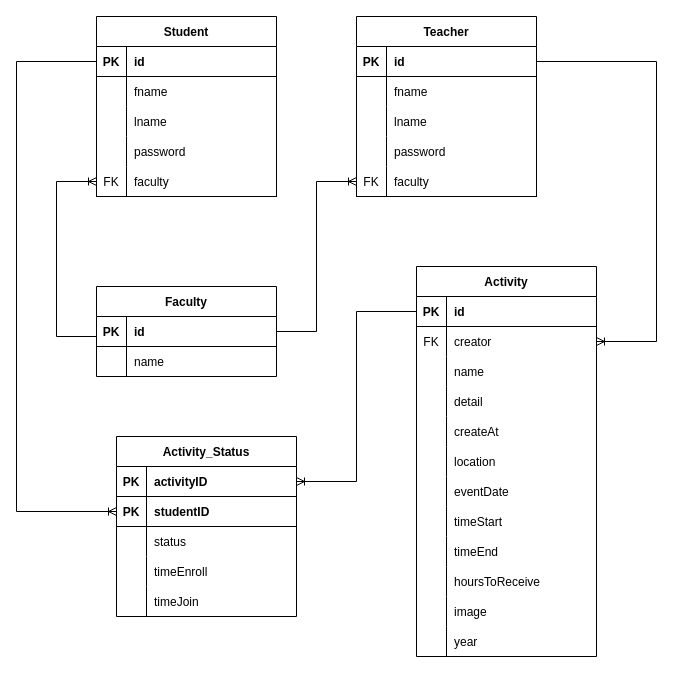
The draw.io diagram page "Entity Relationship Diagram" (1 of 4) of Entity Relationship Diagram.drawio in 8luex/collecting_scholarship, before the edit. Source tidied: cells renumbered, new cells numbered last; positions are measured from the earlier drawing's top-left corner, leaving out a move shared by most shapes. Both pictures are drawn from the tidied source at 100%, with x=0, y=0 at pixel (16, 16).
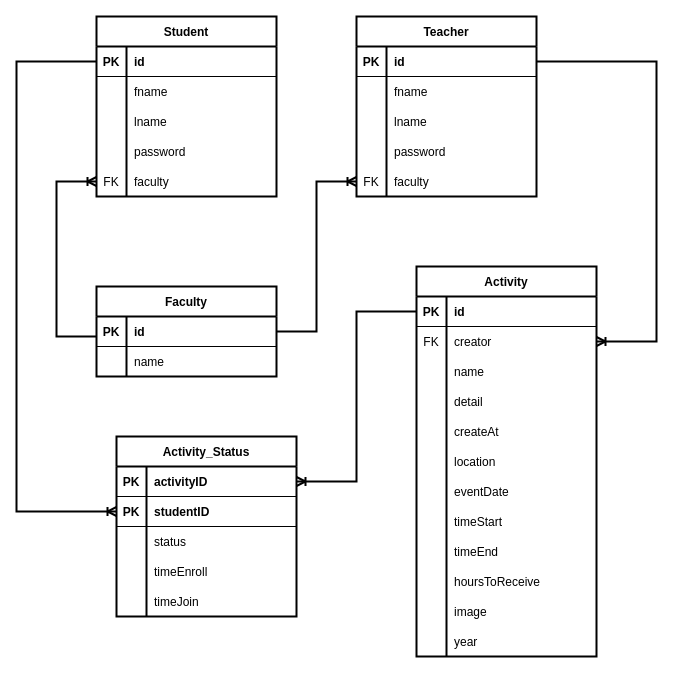
Above is the later version.

Unchanged cells that the change refers to:
```xml
<mxCell id="3" style="shape=tableRow;horizontal=0;startSize=0;swimlaneHead=0;swimlaneBody=0;fillColor=none;points=[[0,0.5],[1,0.5]];portConstraint=eastwest;top=0;left=0;right=0;bottom=1;" parent="2" vertex="1">
  <mxGeometry y="30" width="180" height="30" as="geometry" />
</mxCell>
<mxCell id="15" style="shape=tableRow;horizontal=0;startSize=0;swimlaneHead=0;swimlaneBody=0;fillColor=none;points=[[0,0.5],[1,0.5]];portConstraint=eastwest;top=0;left=0;right=0;bottom=1;" parent="2" vertex="1">
  <mxGeometry y="150" width="180" height="30" as="geometry" />
</mxCell>
<mxCell id="19" style="shape=tableRow;horizontal=0;startSize=0;swimlaneHead=0;swimlaneBody=0;fillColor=none;points=[[0,0.5],[1,0.5]];portConstraint=eastwest;top=0;left=0;right=0;bottom=1;" parent="18" vertex="1">
  <mxGeometry y="30" width="180" height="30" as="geometry" />
</mxCell>
<mxCell id="31" style="shape=tableRow;horizontal=0;startSize=0;swimlaneHead=0;swimlaneBody=0;fillColor=none;points=[[0,0.5],[1,0.5]];portConstraint=eastwest;top=0;left=0;right=0;bottom=1;" parent="18" vertex="1">
  <mxGeometry y="150" width="180" height="30" as="geometry" />
</mxCell>
<mxCell id="35" style="shape=tableRow;horizontal=0;startSize=0;swimlaneHead=0;swimlaneBody=0;fillColor=none;points=[[0,0.5],[1,0.5]];portConstraint=eastwest;top=0;left=0;right=0;bottom=1;" parent="34" vertex="1">
  <mxGeometry y="30" width="180" height="30" as="geometry" />
</mxCell>
<mxCell id="42" style="shape=tableRow;horizontal=0;startSize=0;swimlaneHead=0;swimlaneBody=0;fillColor=none;points=[[0,0.5],[1,0.5]];portConstraint=eastwest;top=0;left=0;right=0;bottom=1;" parent="41" vertex="1">
  <mxGeometry y="30" width="180" height="30" as="geometry" />
</mxCell>
<mxCell id="45" style="shape=tableRow;horizontal=0;startSize=0;swimlaneHead=0;swimlaneBody=0;fillColor=none;points=[[0,0.5],[1,0.5]];portConstraint=eastwest;top=0;left=0;right=0;bottom=1;" parent="41" vertex="1">
  <mxGeometry y="60" width="180" height="30" as="geometry" />
</mxCell>
<mxCell id="58" style="shape=tableRow;horizontal=0;startSize=0;swimlaneHead=0;swimlaneBody=0;fillColor=none;points=[[0,0.5],[1,0.5]];portConstraint=eastwest;top=0;left=0;right=0;bottom=1;" parent="57" vertex="1">
  <mxGeometry y="30" width="180" height="30" as="geometry" />
</mxCell>
<mxCell id="61" style="shape=tableRow;horizontal=0;startSize=0;swimlaneHead=0;swimlaneBody=0;fillColor=none;points=[[0,0.5],[1,0.5]];portConstraint=eastwest;top=0;left=0;right=0;bottom=0;" parent="57" vertex="1">
  <mxGeometry y="60" width="180" height="30" as="geometry" />
</mxCell>
```

Diff of the diagram source:
```diff
@@
-    <mxCell id="2" value="Student" style="shape=table;startSize=30;childLayout=tableLayout;rowLines=0;fontStyle=1;align=center;" parent="1" vertex="1">
+    <mxCell id="2" value="Student" style="shape=table;startSize=30;childLayout=tableLayout;rowLines=0;fontStyle=1;align=center;strokeWidth=2;" parent="1" vertex="1">
       <mxGeometry x="80" width="180" height="180" as="geometry" />
     </mxCell>
@@
-    <mxCell id="18" value="Teacher" style="shape=table;startSize=30;childLayout=tableLayout;rowLines=0;fontStyle=1;align=center;" parent="1" vertex="1">
+    <mxCell id="18" value="Teacher" style="shape=table;startSize=30;childLayout=tableLayout;rowLines=0;fontStyle=1;align=center;strokeWidth=2;" parent="1" vertex="1">
       <mxGeometry x="340" width="180" height="180" as="geometry" />
     </mxCell>
@@
-    <mxCell id="34" value="Faculty" style="shape=table;startSize=30;childLayout=tableLayout;rowLines=0;fontStyle=1;align=center;" parent="1" vertex="1">
+    <mxCell id="34" value="Faculty" style="shape=table;startSize=30;childLayout=tableLayout;rowLines=0;fontStyle=1;align=center;strokeWidth=2;" parent="1" vertex="1">
       <mxGeometry x="80" y="270" width="180" height="90" as="geometry" />
     </mxCell>
@@
-    <mxCell id="41" value="Activity_Status" style="shape=table;startSize=30;childLayout=tableLayout;rowLines=0;fontStyle=1;align=center;" parent="1" vertex="1">
+    <mxCell id="41" value="Activity_Status" style="shape=table;startSize=30;childLayout=tableLayout;rowLines=0;fontStyle=1;align=center;strokeWidth=2;" parent="1" vertex="1">
       <mxGeometry x="100" y="420" width="180" height="180" as="geometry" />
     </mxCell>
@@
-    <mxCell id="57" value="Activity" style="shape=table;startSize=30;childLayout=tableLayout;rowLines=0;fontStyle=1;align=center;" parent="1" vertex="1">
+    <mxCell id="57" value="Activity" style="shape=table;startSize=30;childLayout=tableLayout;rowLines=0;fontStyle=1;align=center;strokeWidth=2;" parent="1" vertex="1">
       <mxGeometry x="400" y="250" width="180" height="390" as="geometry" />
     </mxCell>
@@
-    <mxCell id="94" style="edgeStyle=orthogonalEdgeStyle;fontSize=12;html=1;endArrow=ERoneToMany;rounded=0;exitX=1;exitY=0.5;exitDx=0;exitDy=0;entryX=0;entryY=0.5;entryDx=0;entryDy=0;" parent="1" edge="1" source="35" target="31">
+    <mxCell id="94" style="edgeStyle=orthogonalEdgeStyle;fontSize=12;html=1;endArrow=ERoneToMany;rounded=0;exitX=1;exitY=0.5;exitDx=0;exitDy=0;entryX=0;entryY=0.5;entryDx=0;entryDy=0;strokeWidth=2;" parent="1" edge="1" source="35" target="31">
       <mxGeometry relative="1" as="geometry" />
     </mxCell>
-    <mxCell id="95" style="fontSize=12;html=1;endArrow=ERoneToMany;rounded=0;entryX=0;entryY=0.5;entryDx=0;entryDy=0;edgeStyle=orthogonalEdgeStyle;exitX=0;exitY=0.667;exitDx=0;exitDy=0;exitPerimeter=0;" parent="1" edge="1" source="35" target="15">
+    <mxCell id="95" style="fontSize=12;html=1;endArrow=ERoneToMany;rounded=0;entryX=0;entryY=0.5;entryDx=0;entryDy=0;edgeStyle=orthogonalEdgeStyle;exitX=0;exitY=0.667;exitDx=0;exitDy=0;exitPerimeter=0;strokeWidth=2;" parent="1" edge="1" source="35" target="15">
       <mxGeometry relative="1" as="geometry">
         <Array as="points">
           <mxPoint x="40" y="320" />
           <mxPoint x="40" y="165" />
         </Array>
       </mxGeometry>
     </mxCell>
-    <mxCell id="96" style="edgeStyle=orthogonalEdgeStyle;fontSize=12;html=1;endArrow=ERoneToMany;rounded=0;entryX=0;entryY=0.5;entryDx=0;entryDy=0;exitX=0;exitY=0.5;exitDx=0;exitDy=0;" parent="1" edge="1" source="3" target="45">
+    <mxCell id="96" style="edgeStyle=orthogonalEdgeStyle;fontSize=12;html=1;endArrow=ERoneToMany;rounded=0;entryX=0;entryY=0.5;entryDx=0;entryDy=0;exitX=0;exitY=0.5;exitDx=0;exitDy=0;strokeWidth=2;" parent="1" edge="1" source="3" target="45">
       <mxGeometry relative="1" as="geometry">
         <Array as="points">
           <mxPoint y="45" />
           <mxPoint y="495" />
         </Array>
       </mxGeometry>
     </mxCell>
-    <mxCell id="97" style="edgeStyle=orthogonalEdgeStyle;fontSize=12;html=1;endArrow=ERoneToMany;rounded=0;entryX=1;entryY=0.5;entryDx=0;entryDy=0;exitX=1;exitY=0.5;exitDx=0;exitDy=0;" parent="1" edge="1" source="19" target="61">
+    <mxCell id="97" style="edgeStyle=orthogonalEdgeStyle;fontSize=12;html=1;endArrow=ERoneToMany;rounded=0;entryX=1;entryY=0.5;entryDx=0;entryDy=0;exitX=1;exitY=0.5;exitDx=0;exitDy=0;strokeWidth=2;" parent="1" edge="1" source="19" target="61">
       <mxGeometry relative="1" as="geometry">
         <Array as="points">
           <mxPoint x="640" y="45" />
           <mxPoint x="640" y="325" />
         </Array>
       </mxGeometry>
     </mxCell>
-    <mxCell id="98" style="edgeStyle=orthogonalEdgeStyle;fontSize=12;html=1;endArrow=ERoneToMany;rounded=0;entryX=1;entryY=0.5;entryDx=0;entryDy=0;exitX=0;exitY=0.5;exitDx=0;exitDy=0;" parent="1" edge="1" source="58" target="42">
+    <mxCell id="98" style="edgeStyle=orthogonalEdgeStyle;fontSize=12;html=1;endArrow=ERoneToMany;rounded=0;entryX=1;entryY=0.5;entryDx=0;entryDy=0;exitX=0;exitY=0.5;exitDx=0;exitDy=0;strokeWidth=2;" parent="1" edge="1" source="58" target="42">
       <mxGeometry relative="1" as="geometry" />
     </mxCell>
```
